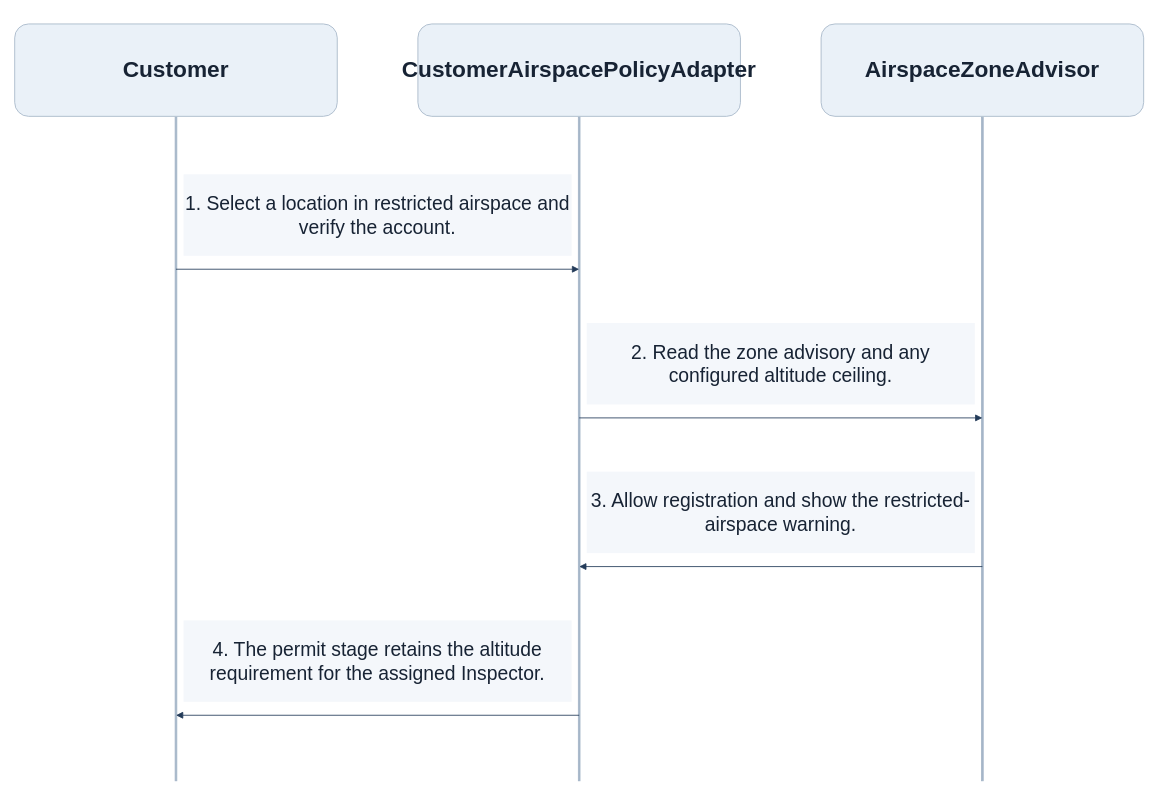
Above: page "FE-07 Restricted Location With a Ceiling" (33 of 50) of diagrams/smartdrone-sequence-diagrams.drawio in tungbach12/SmartDroneInspection-Docs (draw.io), before the change. Source tidied: cells renumbered, new cells numbered last; positions are measured from the earlier drawing's top-left corner, leaving out a move shared by most shapes. Both pictures are drawn from the tidied source at 84%, with x=0, y=0 at pixel (14, 24).
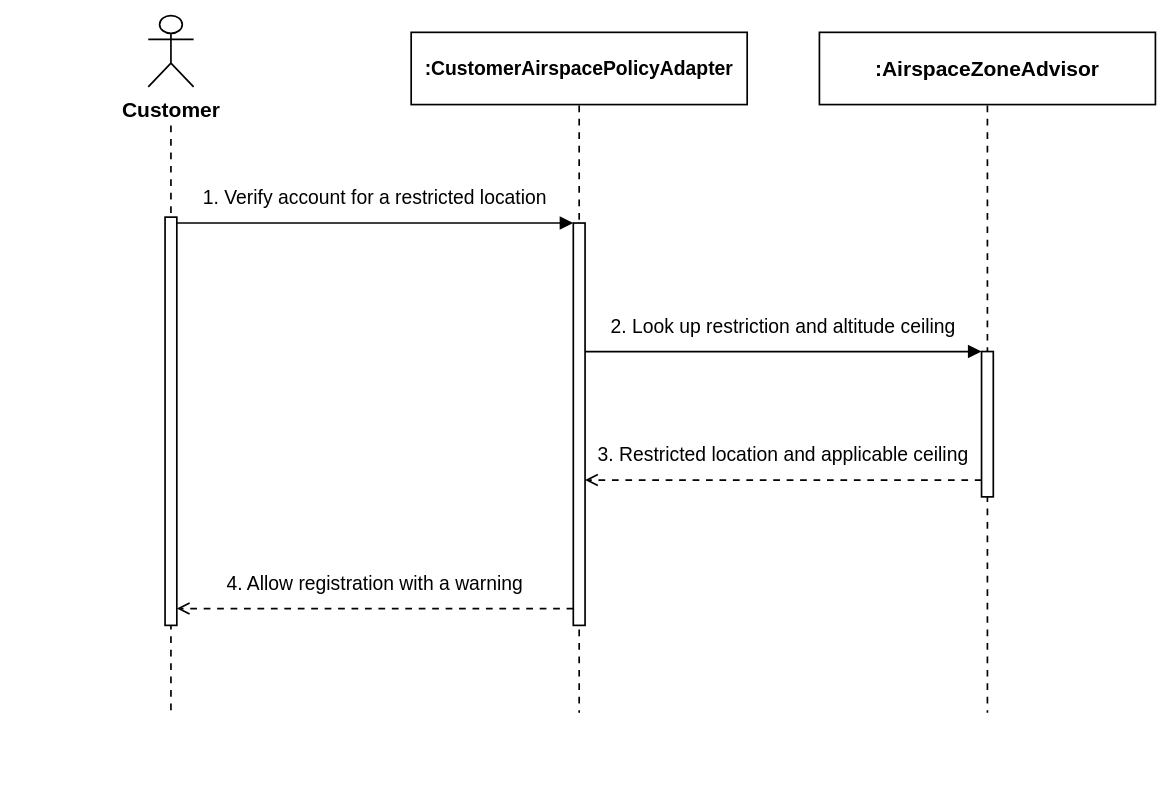
After the change.

Diff of the diagram source:
```diff
@@
-<mxGraphModel>
+<mxGraphModel background="#ffffff">
@@
-    <mxCell id="2" value="Customer" style="rounded=1;whiteSpace=wrap;html=1;fillColor=#EAF1F8;strokeColor=#A5B6C8;fontColor=#172334;fontSize=27;fontStyle=1;" parent="1" vertex="1">
-      <mxGeometry width="384" height="110" as="geometry" />
+    <mxCell id="2" value="Customer" style="shape=umlActor;verticalLabelPosition=bottom;verticalAlign=top;html=1;fillColor=#ffffff;strokeColor=#000000;fontColor=#000000;fontStyle=1;fontSize=25;fontFamily=Helvetica;strokeWidth=2;spacingTop=5;" parent="1" vertex="1">
+      <mxGeometry x="159" y="-10" width="54" height="85" as="geometry" />
     </mxCell>
-    <mxCell id="3" style="strokeColor=#A5B6C8;fillColor=#A5B6C8;" parent="1" vertex="1">
-      <mxGeometry x="191" y="111" width="2" height="790" as="geometry" />
+    <mxCell id="3" style="line;strokeWidth=2;direction=south;html=1;dashed=1;dashPattern=4 4;strokeColor=#000000;fillColor=none;" parent="1" vertex="1">
+      <mxGeometry x="185" y="121" width="2" height="699" as="geometry" />
     </mxCell>
-    <mxCell id="4" value="CustomerAirspacePolicyAdapter" style="rounded=1;whiteSpace=wrap;html=1;fillColor=#EAF1F8;strokeColor=#A5B6C8;fontColor=#172334;fontSize=27;fontStyle=1;" parent="1" vertex="1">
-      <mxGeometry x="480" width="384" height="110" as="geometry" />
+    <mxCell id="4" value=":CustomerAirspacePolicyAdapter" style="rounded=0;whiteSpace=wrap;html=1;fillColor=#ffffff;strokeColor=#000000;strokeWidth=2;fontColor=#000000;fontStyle=1;fontSize=23;fontFamily=Helvetica;" parent="1" vertex="1">
+      <mxGeometry x="472" y="10" width="400" height="86" as="geometry" />
     </mxCell>
-    <mxCell id="5" style="strokeColor=#A5B6C8;fillColor=#A5B6C8;" parent="1" vertex="1">
-      <mxGeometry x="671" y="111" width="2" height="790" as="geometry" />
+    <mxCell id="5" style="line;strokeWidth=2;direction=south;html=1;dashed=1;dashPattern=4 4;strokeColor=#000000;fillColor=none;" parent="1" vertex="1">
+      <mxGeometry x="671" y="97" width="2" height="723" as="geometry" />
     </mxCell>
-    <mxCell id="6" value="AirspaceZoneAdvisor" style="rounded=1;whiteSpace=wrap;html=1;fillColor=#EAF1F8;strokeColor=#A5B6C8;fontColor=#172334;fontSize=27;fontStyle=1;" parent="1" vertex="1">
-      <mxGeometry x="960" width="384" height="110" as="geometry" />
+    <mxCell id="6" value=":AirspaceZoneAdvisor" style="rounded=0;whiteSpace=wrap;html=1;fillColor=#ffffff;strokeColor=#000000;strokeWidth=2;fontColor=#000000;fontStyle=1;fontSize=25;fontFamily=Helvetica;" parent="1" vertex="1">
+      <mxGeometry x="958" y="10" width="400" height="86" as="geometry" />
     </mxCell>
-    <mxCell id="7" style="strokeColor=#A5B6C8;fillColor=#A5B6C8;" parent="1" vertex="1">
-      <mxGeometry x="1151" y="111" width="2" height="790" as="geometry" />
+    <mxCell id="7" style="line;strokeWidth=2;direction=south;html=1;dashed=1;dashPattern=4 4;strokeColor=#000000;fillColor=none;" parent="1" vertex="1">
+      <mxGeometry x="1157" y="97" width="2" height="723" as="geometry" />
     </mxCell>
+    <mxCell id="16" style="rounded=0;whiteSpace=wrap;html=1;fillColor=#ffffff;strokeColor=#000000;strokeWidth=2;" parent="1" vertex="1">
+      <mxGeometry x="179" y="230" width="14" height="486" as="geometry" />
+    </mxCell>
+    <mxCell id="17" style="rounded=0;whiteSpace=wrap;html=1;fillColor=#ffffff;strokeColor=#000000;strokeWidth=2;" parent="1" vertex="1">
+      <mxGeometry x="665" y="237" width="14" height="479" as="geometry" />
+    </mxCell>
+    <mxCell id="18" style="rounded=0;whiteSpace=wrap;html=1;fillColor=#ffffff;strokeColor=#000000;strokeWidth=2;" parent="1" vertex="1">
+      <mxGeometry x="1151" y="390" width="14" height="173" as="geometry" />
+    </mxCell>
+    <mxCell id="9" style="html=1;strokeColor=#000000;strokeWidth=2;endSize=11;endArrow=block;endFill=1;" parent="1" edge="1">
+      <mxGeometry relative="1" as="geometry">
+        <mxPoint x="193" y="237" as="sourcePoint" />
+        <mxPoint x="665" y="237" as="targetPoint" />
+      </mxGeometry>
+    </mxCell>
-    <mxCell id="8" value="1. Select a location in restricted airspace and verify the account." style="text;html=1;whiteSpace=wrap;align=center;verticalAlign=middle;strokeColor=none;fillColor=none;fontColor=#172334;fontSize=27;fillColor=#F4F7FB;fontSize=23;" parent="1" vertex="1">
-      <mxGeometry x="201" y="179" width="462" height="97" as="geometry" />
+    <mxCell id="8" value="1. Verify account for a restricted location" style="text;html=1;strokeColor=none;fillColor=none;align=center;verticalAlign=middle;whiteSpace=wrap;fontColor=#000000;fontFamily=Helvetica;fontSize=23;verticalAlign=bottom;" parent="1" vertex="1">
+      <mxGeometry x="206" y="107" width="446" height="117" as="geometry" />
     </mxCell>
-    <mxCell id="9" style="endArrow=block;endFill=1;html=1;strokeColor=#233B59;fontColor=#172334;fontSize=23;" parent="1" edge="1">
-      <mxGeometry relative="1" as="geometry">
-        <mxPoint x="192" y="292" as="sourcePoint" />
-        <mxPoint x="672" y="292" as="targetPoint" />
-      </mxGeometry>
-    </mxCell>
+    <mxCell id="11" style="html=1;strokeColor=#000000;strokeWidth=2;endSize=11;endArrow=block;endFill=1;" parent="1" edge="1">
+      <mxGeometry relative="1" as="geometry">
+        <mxPoint x="679" y="390" as="sourcePoint" />
+        <mxPoint x="1151" y="390" as="targetPoint" />
+      </mxGeometry>
+    </mxCell>
-    <mxCell id="10" value="2. Read the zone advisory and any configured altitude ceiling." style="text;html=1;whiteSpace=wrap;align=center;verticalAlign=middle;strokeColor=none;fillColor=none;fontColor=#172334;fontSize=27;fillColor=#F4F7FB;fontSize=23;" parent="1" vertex="1">
-      <mxGeometry x="681" y="356" width="462" height="97" as="geometry" />
+    <mxCell id="10" value="2. Look up restriction and altitude ceiling" style="text;html=1;strokeColor=none;fillColor=none;align=center;verticalAlign=middle;whiteSpace=wrap;fontColor=#000000;fontFamily=Helvetica;fontSize=23;verticalAlign=bottom;" parent="1" vertex="1">
+      <mxGeometry x="692" y="260" width="446" height="117" as="geometry" />
     </mxCell>
-    <mxCell id="11" style="endArrow=block;endFill=1;html=1;strokeColor=#233B59;fontColor=#172334;fontSize=23;" parent="1" edge="1">
-      <mxGeometry relative="1" as="geometry">
-        <mxPoint x="672" y="469" as="sourcePoint" />
-        <mxPoint x="1152" y="469" as="targetPoint" />
-      </mxGeometry>
-    </mxCell>
+    <mxCell id="13" style="html=1;strokeColor=#000000;strokeWidth=2;endSize=11;dashed=1;dashPattern=4 4;endArrow=open;endFill=0;" parent="1" edge="1">
+      <mxGeometry relative="1" as="geometry">
+        <mxPoint x="1151" y="543" as="sourcePoint" />
+        <mxPoint x="679" y="543" as="targetPoint" />
+      </mxGeometry>
+    </mxCell>
-    <mxCell id="12" value="3. Allow registration and show the restricted-airspace warning." style="text;html=1;whiteSpace=wrap;align=center;verticalAlign=middle;strokeColor=none;fillColor=none;fontColor=#172334;fontSize=27;fillColor=#F4F7FB;fontSize=23;" parent="1" vertex="1">
-      <mxGeometry x="681" y="533" width="462" height="97" as="geometry" />
+    <mxCell id="12" value="3. Restricted location and applicable ceiling" style="text;html=1;strokeColor=none;fillColor=none;align=center;verticalAlign=middle;whiteSpace=wrap;fontColor=#000000;fontFamily=Helvetica;fontSize=23;verticalAlign=bottom;" parent="1" vertex="1">
+      <mxGeometry x="692" y="413" width="446" height="117" as="geometry" />
     </mxCell>
-    <mxCell id="13" style="endArrow=block;endFill=1;html=1;strokeColor=#233B59;fontColor=#172334;fontSize=23;" parent="1" edge="1">
-      <mxGeometry relative="1" as="geometry">
-        <mxPoint x="1152" y="646" as="sourcePoint" />
-        <mxPoint x="672" y="646" as="targetPoint" />
-      </mxGeometry>
-    </mxCell>
+    <mxCell id="15" style="html=1;strokeColor=#000000;strokeWidth=2;endSize=11;dashed=1;dashPattern=4 4;endArrow=open;endFill=0;" parent="1" edge="1">
+      <mxGeometry relative="1" as="geometry">
+        <mxPoint x="665" y="696" as="sourcePoint" />
+        <mxPoint x="193" y="696" as="targetPoint" />
+      </mxGeometry>
+    </mxCell>
-    <mxCell id="14" value="4. The permit stage retains the altitude requirement for the assigned Inspector." style="text;html=1;whiteSpace=wrap;align=center;verticalAlign=middle;strokeColor=none;fillColor=none;fontColor=#172334;fontSize=27;fillColor=#F4F7FB;fontSize=23;" parent="1" vertex="1">
-      <mxGeometry x="201" y="710" width="462" height="97" as="geometry" />
+    <mxCell id="14" value="4. Allow registration with a warning" style="text;html=1;strokeColor=none;fillColor=none;align=center;verticalAlign=middle;whiteSpace=wrap;fontColor=#000000;fontFamily=Helvetica;fontSize=23;verticalAlign=bottom;" parent="1" vertex="1">
+      <mxGeometry x="206" y="566" width="446" height="117" as="geometry" />
     </mxCell>
-    <mxCell id="15" style="endArrow=block;endFill=1;html=1;strokeColor=#233B59;fontColor=#172334;fontSize=23;" parent="1" edge="1">
-      <mxGeometry relative="1" as="geometry">
-        <mxPoint x="672" y="823" as="sourcePoint" />
-        <mxPoint x="192" y="823" as="targetPoint" />
-      </mxGeometry>
-    </mxCell>
```
